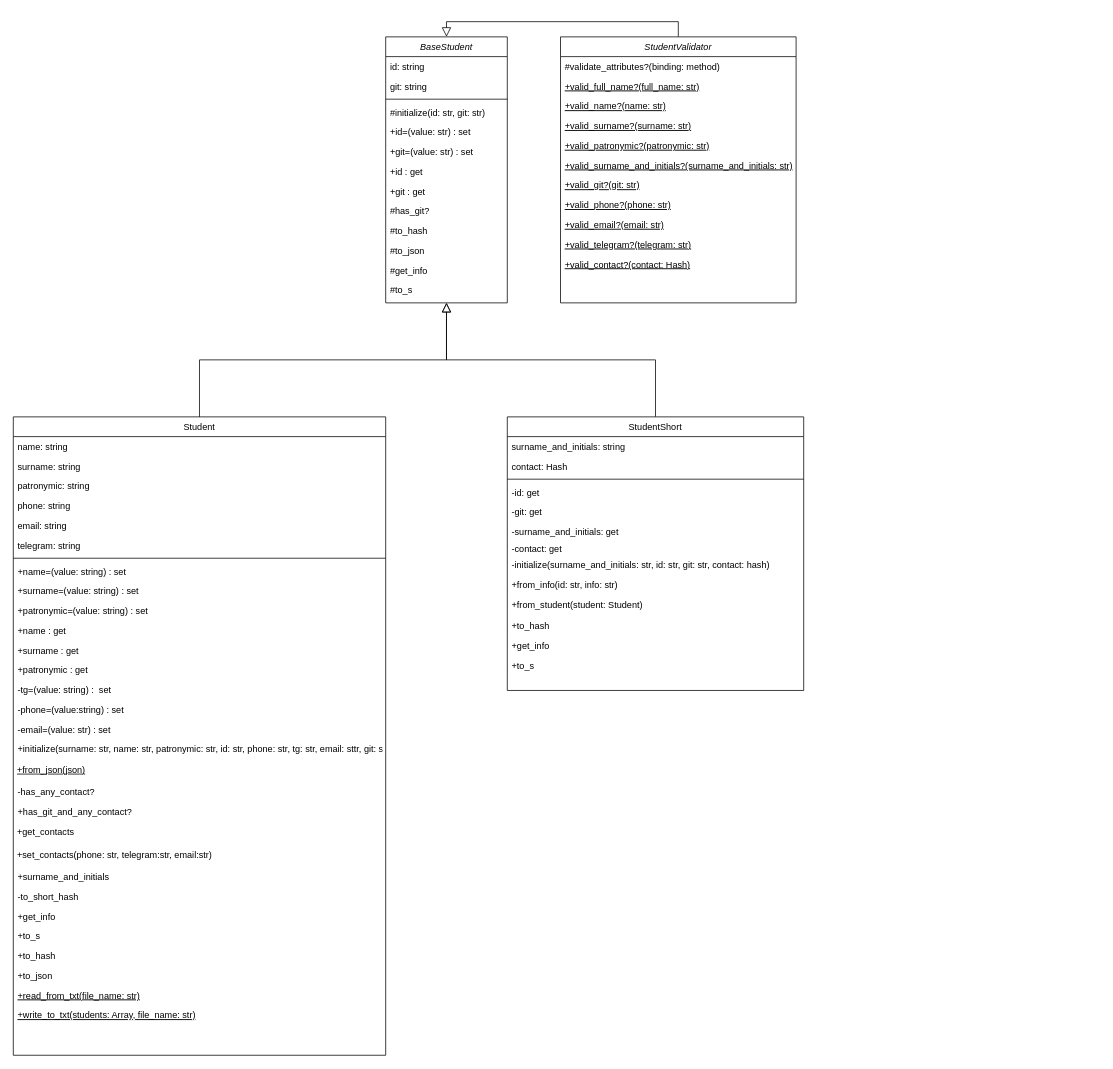
Before: Students/Ruby_Student.drawio in NikosSgo/Ruby-Design-Patterns, a draw.io diagram. Source tidied: cells renumbered, new cells numbered last; positions are measured from the earlier drawing's top-left corner, leaving out a move shared by most shapes. Both pictures are drawn from the tidied source at 76%, with x=0, y=0 at pixel (13, 36).
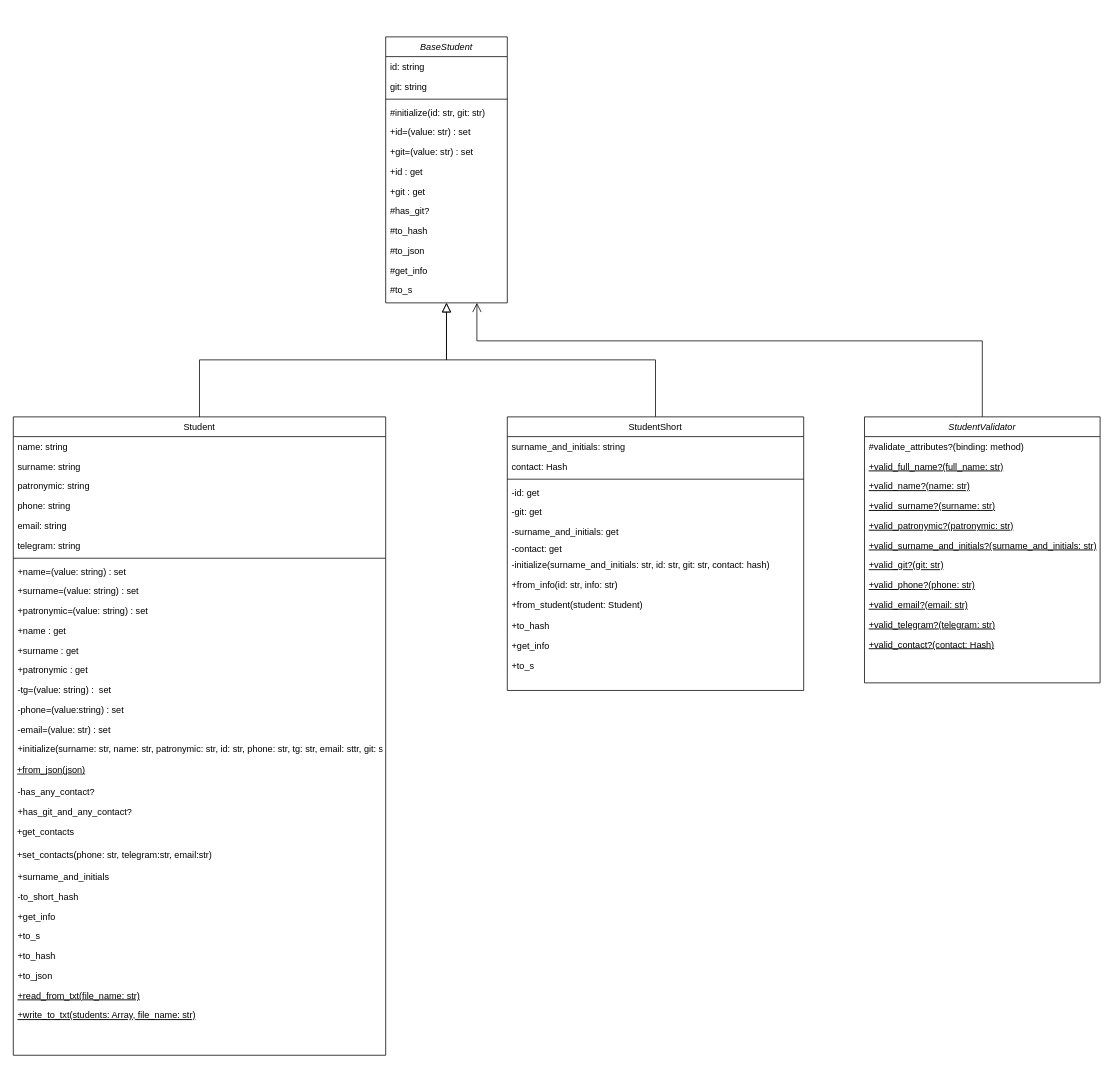
The same diagram, later.

Commit message (it also covers changes not shown here):
Refactoring Class diagram and somet methods in classes

The change refers to these unchanged cells:
```xml
<mxCell id="2" value="BaseStudent" style="swimlane;fontStyle=2;align=center;verticalAlign=top;horizontal=1;startSize=26;rounded=0;shadow=0;strokeWidth=1;" parent="1" vertex="1">
  <mxGeometry x="490" width="160" height="350" as="geometry" />
</mxCell>
```

Change to the diagram source:
```diff
@@
-    <mxCell id="63" style="edgeStyle=orthogonalEdgeStyle;rounded=0;jettySize=auto;html=1;entryX=0.5;entryY=0;entryDx=0;entryDy=0;exitX=0.5;exitY=0;exitDx=0;exitDy=0;endArrow=block;endFill=0;endSize=10;" parent="1" edge="1" source="64" target="2">
-      <mxGeometry relative="1" as="geometry" />
+    <mxCell id="63" style="edgeStyle=orthogonalEdgeStyle;rounded=0;jettySize=auto;html=1;endArrow=open;endFill=0;endSize=10;entryX=0.75;entryY=1;entryDx=0;entryDy=0;exitX=0.5;exitY=0;exitDx=0;exitDy=0;" parent="1" edge="1" source="64" target="2">
+      <mxGeometry relative="1" as="geometry">
+        <Array as="points">
+          <mxPoint x="1275" y="400" />
+          <mxPoint x="610" y="400" />
+        </Array>
+      </mxGeometry>
     </mxCell>
     <mxCell id="64" value="StudentValidator" style="swimlane;fontStyle=2;align=center;verticalAlign=top;horizontal=1;startSize=26;rounded=0;shadow=0;strokeWidth=1;" parent="1" vertex="1">
-      <mxGeometry x="720" width="310" height="350" as="geometry" />
+      <mxGeometry x="1120" y="500" width="310" height="350" as="geometry" />
     </mxCell>
```
